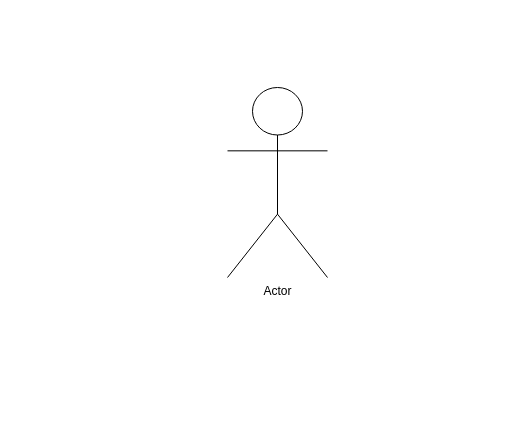
The draw.io diagram Untitled Diagram.drawio in cinemateca-taller/documentos, before the edit. Source tidied: cells renumbered, new cells numbered last; positions are measured from the earlier drawing's top-left corner, leaving out a move shared by most shapes. Both pictures are drawn from the tidied source at 100%, with x=0, y=0 at pixel (227, 87).
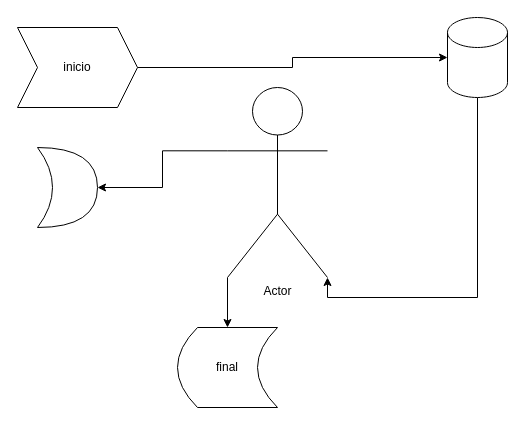
The same page after the edit.

Diff of the diagram source:
```diff
@@
 <mxGraphModel>
   <root>
     <mxCell id="0" />
     <mxCell id="1" parent="0" />
+    <mxCell id="3" style="edgeStyle=orthogonalEdgeStyle;rounded=0;jettySize=auto;html=1;exitX=0;exitY=0.3333333333333333;exitDx=0;exitDy=0;exitPerimeter=0;" parent="1" edge="1" source="2" target="7">
+      <mxGeometry relative="1" as="geometry" />
+    </mxCell>
+    <mxCell id="4" style="edgeStyle=orthogonalEdgeStyle;rounded=0;jettySize=auto;html=1;exitX=0;exitY=1;exitDx=0;exitDy=0;exitPerimeter=0;" parent="1" edge="1" source="2" target="10">
+      <mxGeometry relative="1" as="geometry" />
+    </mxCell>
     <mxCell id="2" value="Actor" style="shape=umlActor;verticalLabelPosition=bottom;verticalAlign=top;html=1;outlineConnect=0;" parent="1" vertex="1">
       <mxGeometry width="100" height="190" as="geometry" />
     </mxCell>
+    <mxCell id="5" style="edgeStyle=orthogonalEdgeStyle;rounded=0;jettySize=auto;html=1;exitX=0.5;exitY=1;exitDx=0;exitDy=0;exitPerimeter=0;entryX=1;entryY=1;entryDx=0;entryDy=0;entryPerimeter=0;" parent="1" edge="1" source="6" target="2">
+      <mxGeometry relative="1" as="geometry" />
+    </mxCell>
+    <mxCell id="6" style="shape=cylinder3;whiteSpace=wrap;html=1;boundedLbl=1;backgroundOutline=1;size=15;" parent="1" vertex="1">
+      <mxGeometry x="220" y="-70" width="60" height="80" as="geometry" />
+    </mxCell>
+    <mxCell id="7" style="shape=xor;whiteSpace=wrap;html=1;" parent="1" vertex="1">
+      <mxGeometry x="-190" y="60" width="60" height="80" as="geometry" />
+    </mxCell>
+    <mxCell id="8" style="edgeStyle=orthogonalEdgeStyle;rounded=0;jettySize=auto;html=1;exitX=1;exitY=0.5;exitDx=0;exitDy=0;" parent="1" edge="1" source="9" target="6">
+      <mxGeometry relative="1" as="geometry" />
+    </mxCell>
+    <mxCell id="9" value="inicio" style="shape=step;perimeter=stepPerimeter;whiteSpace=wrap;html=1;fixedSize=1;" parent="1" vertex="1">
+      <mxGeometry x="-210" y="-60" width="120" height="80" as="geometry" />
+    </mxCell>
+    <mxCell id="10" value="final" style="shape=dataStorage;whiteSpace=wrap;html=1;fixedSize=1;" parent="1" vertex="1">
+      <mxGeometry x="-50" y="240" width="100" height="80" as="geometry" />
+    </mxCell>
   </root>
 </mxGraphModel>
```
